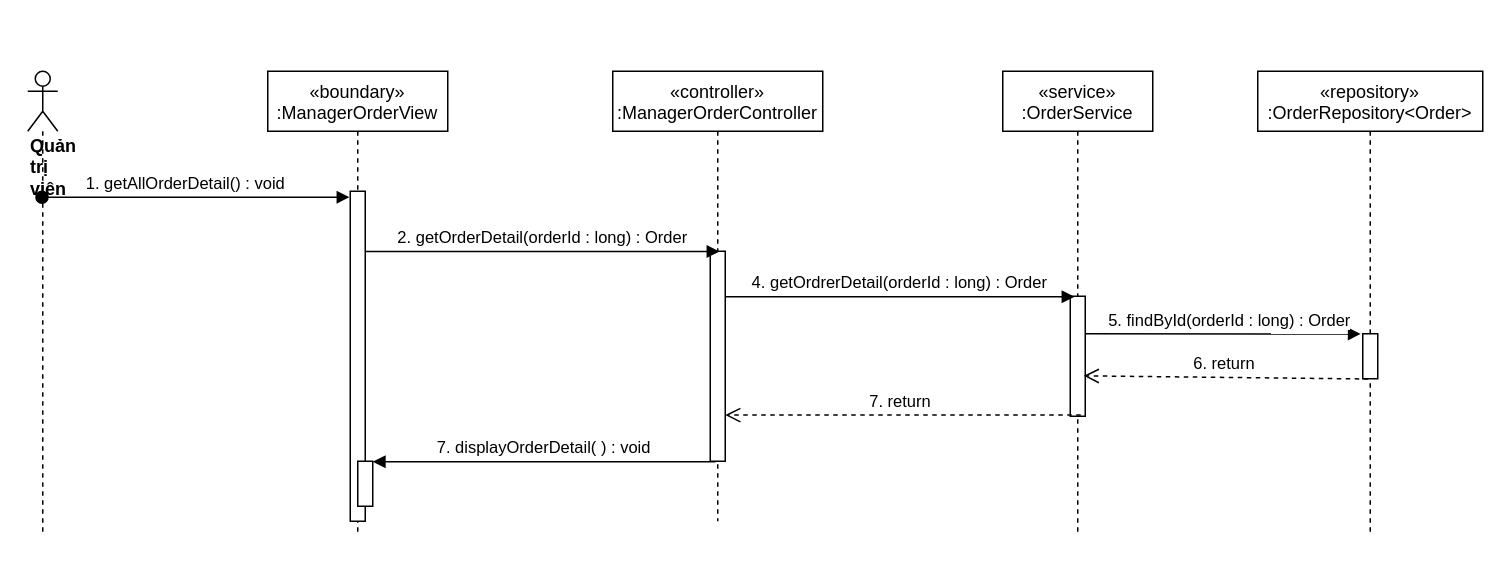
nguyenphamvan/datn_20202 keeps this draw.io diagram as sequence diagram/view-orderDetail-sequence-diagram.drawio. Above is the earlier version. Source tidied: cells renumbered, new cells numbered last; positions are measured from the earlier drawing's top-left corner, leaving out a move shared by most shapes. Both pictures are drawn from the tidied source at 150%, with x=0, y=0 at pixel (27, 70).
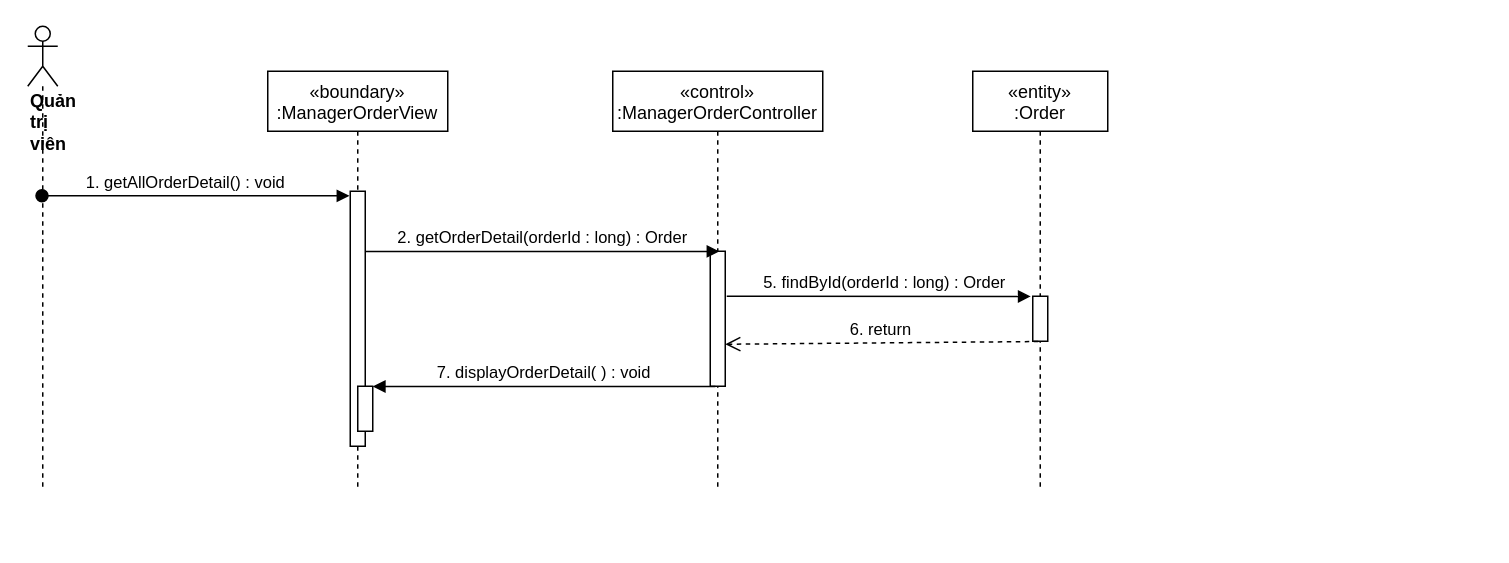
Above is the later version.

What changed in the source:
```diff
@@
 <mxGraphModel>
   <root>
     <mxCell id="0" />
     <mxCell id="1" parent="0" />
     <mxCell id="2" value="«boundary»&#10;:ManagerOrderView" style="shape=umlLifeline;perimeter=lifelinePerimeter;rounded=0;shadow=0;strokeWidth=1;" parent="1" vertex="1">
-      <mxGeometry x="160" width="120" height="310" as="geometry" />
+      <mxGeometry x="160" width="120" height="280" as="geometry" />
     </mxCell>
     <mxCell id="3" style="points=[];perimeter=orthogonalPerimeter;rounded=0;shadow=0;strokeWidth=1;" parent="2" vertex="1">
-      <mxGeometry x="55" y="80" width="10" height="220" as="geometry" />
+      <mxGeometry x="55" y="80" width="10" height="170" as="geometry" />
     </mxCell>
     <mxCell id="4" style="html=1;points=[];perimeter=orthogonalPerimeter;" parent="2" vertex="1">
-      <mxGeometry x="60" y="260" width="10" height="30" as="geometry" />
+      <mxGeometry x="60" y="210" width="10" height="30" as="geometry" />
     </mxCell>
-    <mxCell id="5" value="«controller»&#10;:ManagerOrderController" style="shape=umlLifeline;perimeter=lifelinePerimeter;rounded=0;shadow=0;strokeWidth=1;" parent="1" vertex="1">
-      <mxGeometry x="390" width="140" height="300" as="geometry" />
+    <mxCell id="5" value="«control»&#10;:ManagerOrderController" style="shape=umlLifeline;perimeter=lifelinePerimeter;rounded=0;shadow=0;strokeWidth=1;" parent="1" vertex="1">
+      <mxGeometry x="390" width="140" height="280" as="geometry" />
     </mxCell>
     <mxCell id="6" style="points=[];perimeter=orthogonalPerimeter;rounded=0;shadow=0;strokeWidth=1;" parent="5" vertex="1">
-      <mxGeometry x="65" y="120" width="10" height="140" as="geometry" />
+      <mxGeometry x="65" y="120" width="10" height="90" as="geometry" />
     </mxCell>
     <mxCell id="7" value="&lt;div&gt;&lt;b&gt;Quản trị viên&lt;/b&gt;&lt;/div&gt;" style="shape=umlLifeline;participant=umlActor;perimeter=lifelinePerimeter;whiteSpace=wrap;html=1;verticalAlign=top;spacingTop=36;outlineConnect=0;align=left;" parent="1" vertex="1">
-      <mxGeometry width="20" height="310" as="geometry" />
+      <mxGeometry y="-30" width="20" height="310" as="geometry" />
     </mxCell>
     <mxCell id="8" value="1. getAllOrderDetail() : void" style="verticalAlign=bottom;startArrow=oval;endArrow=block;startSize=8;shadow=0;strokeWidth=1;entryX=-0.05;entryY=0.018;entryDx=0;entryDy=0;entryPerimeter=0;" parent="1" edge="1" source="7" target="3">
       <mxGeometry x="-0.06" relative="1" as="geometry" />
     </mxCell>
-    <mxCell id="9" value="«service»&#10;:OrderService" style="shape=umlLifeline;perimeter=lifelinePerimeter;rounded=0;shadow=0;strokeWidth=1;" parent="1" vertex="1">
-      <mxGeometry x="650" width="100" height="310" as="geometry" />
-    </mxCell>
-    <mxCell id="10" style="points=[];perimeter=orthogonalPerimeter;rounded=0;shadow=0;strokeWidth=1;" parent="9" vertex="1">
-      <mxGeometry x="45" y="150" width="10" height="80" as="geometry" />
-    </mxCell>
     <mxCell id="11" value="2. getOrderDetail(orderId : long) : Order" style="html=1;verticalAlign=bottom;endArrow=block;entryX=0.617;entryY=0.001;entryDx=0;entryDy=0;entryPerimeter=0;" parent="1" edge="1" source="3" target="6">
       <mxGeometry relative="1" as="geometry" />
     </mxCell>
-    <mxCell id="12" value="4. getOrdrerDetail(orderId : long) : Order" style="html=1;verticalAlign=bottom;endArrow=block;entryX=0.283;entryY=0.004;entryDx=0;entryDy=0;entryPerimeter=0;" parent="1" edge="1" source="6" target="10">
-      <mxGeometry relative="1" as="geometry" />
-    </mxCell>
-    <mxCell id="13" value="«repository»&#10;:OrderRepository&lt;Order&gt;" style="shape=umlLifeline;perimeter=lifelinePerimeter;rounded=0;shadow=0;strokeWidth=1;" parent="1" vertex="1">
-      <mxGeometry x="820" width="150" height="310" as="geometry" />
+    <mxCell id="13" value="«entity»&#10;:Order" style="shape=umlLifeline;perimeter=lifelinePerimeter;rounded=0;shadow=0;strokeWidth=1;" parent="1" vertex="1">
+      <mxGeometry x="630" width="90" height="280" as="geometry" />
     </mxCell>
     <mxCell id="14" style="points=[];perimeter=orthogonalPerimeter;rounded=0;shadow=0;strokeWidth=1;" parent="13" vertex="1">
-      <mxGeometry x="70" y="175" width="10" height="30" as="geometry" />
+      <mxGeometry x="40" y="150" width="10" height="30" as="geometry" />
     </mxCell>
-    <mxCell id="15" value="5. findById(orderId : long) : Order" style="html=1;verticalAlign=bottom;endArrow=block;entryX=-0.133;entryY=0.004;entryDx=0;entryDy=0;entryPerimeter=0;exitX=1;exitY=0.313;exitDx=0;exitDy=0;exitPerimeter=0;" parent="1" edge="1" source="10" target="14">
+    <mxCell id="15" value="5. findById(orderId : long) : Order" style="html=1;verticalAlign=bottom;endArrow=block;entryX=-0.133;entryY=0.004;entryDx=0;entryDy=0;entryPerimeter=0;exitX=1.1;exitY=0.333;exitDx=0;exitDy=0;exitPerimeter=0;" parent="1" edge="1" source="6" target="14">
       <mxGeometry x="0.04" relative="1" as="geometry" />
     </mxCell>
-    <mxCell id="16" value="6. return&amp;nbsp;" style="html=1;verticalAlign=bottom;endArrow=open;dashed=1;endSize=8;exitX=0.367;exitY=1.006;exitDx=0;exitDy=0;exitPerimeter=0;entryX=0.9;entryY=0.663;entryDx=0;entryDy=0;entryPerimeter=0;" parent="1" edge="1" source="14" target="10">
+    <mxCell id="16" value="6. return&amp;nbsp;" style="html=1;verticalAlign=bottom;endArrow=open;dashed=1;endSize=8;exitX=0.367;exitY=1.006;exitDx=0;exitDy=0;exitPerimeter=0;entryX=1;entryY=0.689;entryDx=0;entryDy=0;entryPerimeter=0;" parent="1" edge="1" source="14" target="6">
       <mxGeometry relative="1" as="geometry" />
     </mxCell>
-    <mxCell id="17" value="7. return&amp;nbsp;" style="html=1;verticalAlign=bottom;endArrow=open;dashed=1;endSize=8;exitX=0.7;exitY=0.99;exitDx=0;exitDy=0;exitPerimeter=0;" parent="1" edge="1" source="10" target="6">
-      <mxGeometry relative="1" as="geometry" />
-    </mxCell>
     <mxCell id="18" value="7. displayOrderDetail( ) : void" style="verticalAlign=bottom;endArrow=block;shadow=0;strokeWidth=1;exitX=0.34;exitY=1.002;exitDx=0;exitDy=0;exitPerimeter=0;" parent="1" edge="1" source="6" target="4">
       <mxGeometry relative="1" as="geometry" />
     </mxCell>
   </root>
 </mxGraphModel>
```
